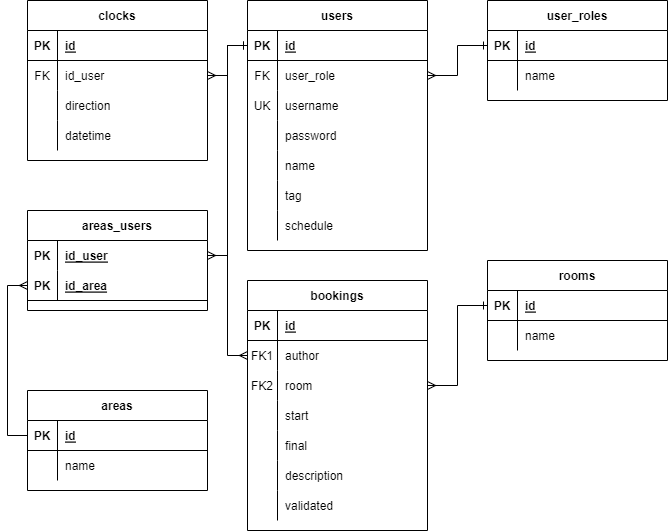
This is models/setr.drawio.png from slepper117/setr13backend, a draw.io export, as it was before one commit. Source tidied: cells renumbered, new cells last; positions are measured from the earlier drawing's top-left corner, leaving out a move shared by most shapes.
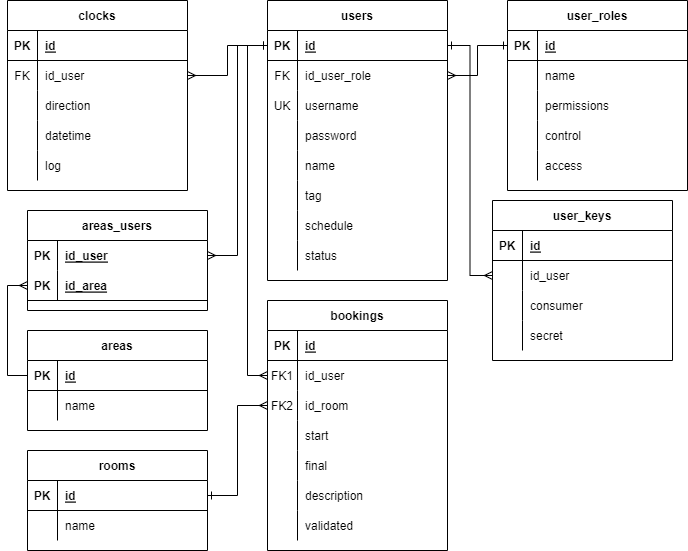
The same diagram one commit later.

The edit, as a diff of the source:
```diff
@@ -3,7 +3,7 @@
     <mxCell id="0" />
     <mxCell id="1" parent="0" />
     <mxCell id="2" value="users" style="shape=table;startSize=30;rowLines=0;fontStyle=1;align=center;" parent="1" vertex="1">
-      <mxGeometry x="220" width="180" height="250" as="geometry" />
+      <mxGeometry x="220" y="-20" width="180" height="280" as="geometry" />
     </mxCell>
     <mxCell id="3" style="shape=tableRow;horizontal=0;startSize=0;swimlaneHead=0;swimlaneBody=0;fillColor=none;points=[[0,0.5],[1,0.5]];portConstraint=eastwest;top=0;left=0;right=0;bottom=1;" parent="2" vertex="1">
       <mxGeometry y="30" width="180" height="30" as="geometry" />
@@ -20,7 +20,7 @@
     <mxCell id="7" value="FK" style="shape=partialRectangle;fillColor=none;top=0;left=0;bottom=0;right=0;overflow=hidden;" parent="6" vertex="1">
       <mxGeometry width="30" height="30" as="geometry" />
     </mxCell>
-    <mxCell id="8" value="user_role" style="shape=partialRectangle;fillColor=none;top=0;left=0;bottom=0;right=0;align=left;spacingLeft=6;overflow=hidden;" parent="6" vertex="1">
+    <mxCell id="8" value="id_user_role" style="shape=partialRectangle;fillColor=none;top=0;left=0;bottom=0;right=0;align=left;spacingLeft=6;overflow=hidden;" parent="6" vertex="1">
       <mxGeometry x="30" width="150" height="30" as="geometry" />
     </mxCell>
     <mxCell id="9" style="shape=tableRow;horizontal=0;startSize=0;swimlaneHead=0;swimlaneBody=0;fillColor=none;top=0;left=0;right=0;bottom=0;" parent="2" vertex="1">
@@ -68,8 +68,17 @@
     <mxCell id="23" value="schedule" style="shape=partialRectangle;fillColor=none;top=0;left=0;bottom=0;right=0;align=left;spacingLeft=6;overflow=hidden;" parent="21" vertex="1">
       <mxGeometry x="30" width="150" height="30" as="geometry" />
     </mxCell>
+    <mxCell id="93" style="shape=tableRow;horizontal=0;startSize=0;swimlaneHead=0;swimlaneBody=0;fillColor=none;top=0;left=0;right=0;bottom=0;" parent="2" vertex="1">
+      <mxGeometry y="240" width="180" height="30" as="geometry" />
+    </mxCell>
+    <mxCell id="94" style="shape=partialRectangle;fillColor=none;top=0;left=0;bottom=0;right=0;overflow=hidden;" parent="93" vertex="1">
+      <mxGeometry width="30" height="30" as="geometry" />
+    </mxCell>
+    <mxCell id="95" value="status" style="shape=partialRectangle;fillColor=none;top=0;left=0;bottom=0;right=0;align=left;spacingLeft=6;overflow=hidden;" parent="93" vertex="1">
+      <mxGeometry x="30" width="150" height="30" as="geometry" />
+    </mxCell>
     <mxCell id="24" value="user_roles" style="shape=table;startSize=30;rowLines=0;fontStyle=1;align=center;" parent="1" vertex="1">
-      <mxGeometry x="460" width="180" height="100" as="geometry" />
+      <mxGeometry x="460" y="-20" width="180" height="190" as="geometry" />
     </mxCell>
     <mxCell id="25" style="shape=tableRow;horizontal=0;startSize=0;swimlaneHead=0;swimlaneBody=0;fillColor=none;points=[[0,0.5],[1,0.5]];portConstraint=eastwest;top=0;left=0;right=0;bottom=1;" parent="24" vertex="1">
       <mxGeometry y="30" width="180" height="30" as="geometry" />
@@ -89,6 +98,33 @@
     <mxCell id="30" value="name" style="shape=partialRectangle;fillColor=none;top=0;left=0;bottom=0;right=0;align=left;spacingLeft=6;overflow=hidden;" parent="28" vertex="1">
       <mxGeometry x="30" width="150" height="30" as="geometry" />
     </mxCell>
+    <mxCell id="96" style="shape=tableRow;horizontal=0;startSize=0;swimlaneHead=0;swimlaneBody=0;fillColor=none;top=0;left=0;right=0;bottom=0;" parent="24" vertex="1">
+      <mxGeometry y="90" width="180" height="30" as="geometry" />
+    </mxCell>
+    <mxCell id="97" style="shape=partialRectangle;fillColor=none;top=0;left=0;bottom=0;right=0;overflow=hidden;" parent="96" vertex="1">
+      <mxGeometry width="30" height="30" as="geometry" />
+    </mxCell>
+    <mxCell id="98" value="permissions" style="shape=partialRectangle;fillColor=none;top=0;left=0;bottom=0;right=0;align=left;spacingLeft=6;overflow=hidden;" parent="96" vertex="1">
+      <mxGeometry x="30" width="150" height="30" as="geometry" />
+    </mxCell>
+    <mxCell id="99" style="shape=tableRow;horizontal=0;startSize=0;swimlaneHead=0;swimlaneBody=0;fillColor=none;top=0;left=0;right=0;bottom=0;" parent="24" vertex="1">
+      <mxGeometry y="120" width="180" height="30" as="geometry" />
+    </mxCell>
+    <mxCell id="100" style="shape=partialRectangle;fillColor=none;top=0;left=0;bottom=0;right=0;overflow=hidden;" parent="99" vertex="1">
+      <mxGeometry width="30" height="30" as="geometry" />
+    </mxCell>
+    <mxCell id="101" value="control" style="shape=partialRectangle;fillColor=none;top=0;left=0;bottom=0;right=0;align=left;spacingLeft=6;overflow=hidden;" parent="99" vertex="1">
+      <mxGeometry x="30" width="150" height="30" as="geometry" />
+    </mxCell>
+    <mxCell id="102" style="shape=tableRow;horizontal=0;startSize=0;swimlaneHead=0;swimlaneBody=0;fillColor=none;top=0;left=0;right=0;bottom=0;" parent="24" vertex="1">
+      <mxGeometry y="150" width="180" height="30" as="geometry" />
+    </mxCell>
+    <mxCell id="103" style="shape=partialRectangle;fillColor=none;top=0;left=0;bottom=0;right=0;overflow=hidden;" parent="102" vertex="1">
+      <mxGeometry width="30" height="30" as="geometry" />
+    </mxCell>
+    <mxCell id="104" value="access" style="shape=partialRectangle;fillColor=none;top=0;left=0;bottom=0;right=0;align=left;spacingLeft=6;overflow=hidden;" parent="102" vertex="1">
+      <mxGeometry x="30" width="150" height="30" as="geometry" />
+    </mxCell>
     <mxCell id="31" style="edgeStyle=orthogonalEdgeStyle;rounded=0;jettySize=auto;html=1;exitX=0;exitY=0.5;exitDx=0;exitDy=0;entryX=1;entryY=0.5;entryDx=0;entryDy=0;startArrow=ERone;startFill=0;endArrow=ERmany;endFill=0;" parent="1" edge="1" source="25" target="6">
       <mxGeometry relative="1" as="geometry" />
     </mxCell>
@@ -110,7 +146,7 @@
     <mxCell id="37" value="FK1" style="shape=partialRectangle;fillColor=none;top=0;left=0;bottom=0;right=0;overflow=hidden;" parent="36" vertex="1">
       <mxGeometry width="30" height="30" as="geometry" />
     </mxCell>
-    <mxCell id="38" value="author" style="shape=partialRectangle;fillColor=none;top=0;left=0;bottom=0;right=0;align=left;spacingLeft=6;overflow=hidden;" parent="36" vertex="1">
+    <mxCell id="38" value="id_user" style="shape=partialRectangle;fillColor=none;top=0;left=0;bottom=0;right=0;align=left;spacingLeft=6;overflow=hidden;" parent="36" vertex="1">
       <mxGeometry x="30" width="150" height="30" as="geometry" />
     </mxCell>
     <mxCell id="39" style="shape=tableRow;horizontal=0;startSize=0;swimlaneHead=0;swimlaneBody=0;fillColor=none;points=[[0,0.5],[1,0.5]];portConstraint=eastwest;top=0;left=0;right=0;bottom=0;" parent="32" vertex="1">
@@ -119,7 +155,7 @@
     <mxCell id="40" value="FK2" style="shape=partialRectangle;fillColor=none;top=0;left=0;bottom=0;right=0;overflow=hidden;" parent="39" vertex="1">
       <mxGeometry width="30" height="30" as="geometry" />
     </mxCell>
-    <mxCell id="41" value="room" style="shape=partialRectangle;fillColor=none;top=0;left=0;bottom=0;right=0;align=left;spacingLeft=6;overflow=hidden;" parent="39" vertex="1">
+    <mxCell id="41" value="id_room" style="shape=partialRectangle;fillColor=none;top=0;left=0;bottom=0;right=0;align=left;spacingLeft=6;overflow=hidden;" parent="39" vertex="1">
       <mxGeometry x="30" width="150" height="30" as="geometry" />
     </mxCell>
     <mxCell id="42" style="shape=tableRow;horizontal=0;startSize=0;swimlaneHead=0;swimlaneBody=0;fillColor=none;top=0;left=0;right=0;bottom=0;" parent="32" vertex="1">
@@ -159,7 +195,7 @@
       <mxGeometry x="30" width="150" height="30" as="geometry" />
     </mxCell>
     <mxCell id="54" value="clocks" style="shape=table;startSize=30;rowLines=0;fontStyle=1;align=center;" parent="1" vertex="1">
-      <mxGeometry width="180" height="160" as="geometry" />
+      <mxGeometry x="-40" y="-20" width="180" height="190" as="geometry" />
     </mxCell>
     <mxCell id="55" style="shape=tableRow;horizontal=0;startSize=0;swimlaneHead=0;swimlaneBody=0;fillColor=none;top=0;left=0;right=0;bottom=1;" parent="54" vertex="1">
       <mxGeometry y="30" width="180" height="30" as="geometry" />
@@ -197,38 +233,23 @@
     <mxCell id="66" value="datetime" style="shape=partialRectangle;fillColor=none;top=0;left=0;bottom=0;right=0;align=left;spacingLeft=6;overflow=hidden;" parent="64" vertex="1">
       <mxGeometry x="30" width="150" height="30" as="geometry" />
     </mxCell>
-    <mxCell id="67" value="rooms" style="shape=table;startSize=30;rowLines=0;fontStyle=1;align=center;" parent="1" vertex="1">
-      <mxGeometry x="460" y="260" width="180" height="100" as="geometry" />
-    </mxCell>
-    <mxCell id="68" style="shape=tableRow;horizontal=0;startSize=0;swimlaneHead=0;swimlaneBody=0;fillColor=none;points=[[0,0.5],[1,0.5]];portConstraint=eastwest;top=0;left=0;right=0;bottom=1;" parent="67" vertex="1">
-      <mxGeometry y="30" width="180" height="30" as="geometry" />
-    </mxCell>
-    <mxCell id="69" value="PK" style="shape=partialRectangle;fillColor=none;top=0;left=0;bottom=0;right=0;fontStyle=1;overflow=hidden;" parent="68" vertex="1">
-      <mxGeometry width="30" height="30" as="geometry" />
-    </mxCell>
-    <mxCell id="70" value="id" style="shape=partialRectangle;fillColor=none;top=0;left=0;bottom=0;right=0;align=left;spacingLeft=6;fontStyle=5;overflow=hidden;" parent="68" vertex="1">
-      <mxGeometry x="30" width="150" height="30" as="geometry" />
-    </mxCell>
-    <mxCell id="71" style="shape=tableRow;horizontal=0;startSize=0;swimlaneHead=0;swimlaneBody=0;fillColor=none;top=0;left=0;right=0;bottom=0;" parent="67" vertex="1">
-      <mxGeometry y="60" width="180" height="30" as="geometry" />
-    </mxCell>
-    <mxCell id="72" style="shape=partialRectangle;fillColor=none;top=0;left=0;bottom=0;right=0;overflow=hidden;" parent="71" vertex="1">
-      <mxGeometry width="30" height="30" as="geometry" />
-    </mxCell>
-    <mxCell id="73" value="name" style="shape=partialRectangle;fillColor=none;top=0;left=0;bottom=0;right=0;align=left;spacingLeft=6;overflow=hidden;" parent="71" vertex="1">
-      <mxGeometry x="30" width="150" height="30" as="geometry" />
-    </mxCell>
+    <mxCell id="105" style="shape=tableRow;horizontal=0;startSize=0;swimlaneHead=0;swimlaneBody=0;fillColor=none;top=0;left=0;right=0;bottom=0;" parent="54" vertex="1">
+      <mxGeometry y="150" width="180" height="30" as="geometry" />
+    </mxCell>
+    <mxCell id="106" style="shape=partialRectangle;fillColor=none;top=0;left=0;bottom=0;right=0;overflow=hidden;" parent="105" vertex="1">
+      <mxGeometry width="30" height="30" as="geometry" />
+    </mxCell>
+    <mxCell id="107" value="log" style="shape=partialRectangle;fillColor=none;top=0;left=0;bottom=0;right=0;align=left;spacingLeft=6;overflow=hidden;" parent="105" vertex="1">
+      <mxGeometry x="30" width="150" height="30" as="geometry" />
+    </mxCell>
     <mxCell id="74" style="edgeStyle=orthogonalEdgeStyle;rounded=0;jettySize=auto;html=1;entryX=1;entryY=0.5;entryDx=0;entryDy=0;startArrow=ERone;startFill=0;endArrow=ERmany;endFill=0;" parent="1" edge="1" source="3" target="58">
       <mxGeometry relative="1" as="geometry" />
     </mxCell>
-    <mxCell id="75" style="edgeStyle=orthogonalEdgeStyle;rounded=0;jettySize=auto;html=1;entryX=1;entryY=0.5;entryDx=0;entryDy=0;startArrow=ERone;startFill=0;endArrow=ERmany;endFill=0;" parent="1" edge="1" source="68" target="39">
-      <mxGeometry relative="1" as="geometry" />
-    </mxCell>
     <mxCell id="76" style="edgeStyle=orthogonalEdgeStyle;rounded=0;jettySize=auto;html=1;entryX=0;entryY=0.5;entryDx=0;entryDy=0;startArrow=ERone;startFill=0;endArrow=ERmany;endFill=0;" parent="1" edge="1" source="3" target="36">
       <mxGeometry relative="1" as="geometry" />
     </mxCell>
     <mxCell id="77" value="areas" style="shape=table;startSize=30;rowLines=0;fontStyle=1;align=center;" parent="1" vertex="1">
-      <mxGeometry y="390" width="180" height="100" as="geometry" />
+      <mxGeometry x="-20" y="310" width="180" height="100" as="geometry" />
     </mxCell>
     <mxCell id="78" style="shape=tableRow;horizontal=0;startSize=0;swimlaneHead=0;swimlaneBody=0;fillColor=none;points=[[0,0.5],[1,0.5]];portConstraint=eastwest;top=0;left=0;right=0;bottom=1;" parent="77" vertex="1">
       <mxGeometry y="30" width="180" height="30" as="geometry" />
@@ -249,7 +270,7 @@
       <mxGeometry x="30" width="150" height="30" as="geometry" />
     </mxCell>
     <mxCell id="84" value="areas_users" style="shape=table;startSize=30;rowLines=0;fontStyle=1;align=center;" parent="1" vertex="1">
-      <mxGeometry y="210" width="180" height="100" as="geometry" />
+      <mxGeometry x="-20" y="190" width="180" height="100" as="geometry" />
     </mxCell>
     <mxCell id="85" style="shape=tableRow;horizontal=0;startSize=0;swimlaneHead=0;swimlaneBody=0;fillColor=none;points=[[0,0.5],[1,0.5]];portConstraint=eastwest;top=0;left=0;right=0;bottom=1;strokeColor=none;" parent="84" vertex="1">
       <mxGeometry y="30" width="180" height="30" as="geometry" />
@@ -275,5 +296,71 @@
     <mxCell id="92" style="edgeStyle=orthogonalEdgeStyle;rounded=0;jettySize=auto;html=1;entryX=1;entryY=0.5;entryDx=0;entryDy=0;endArrow=ERmany;endFill=0;" parent="1" edge="1" source="3" target="85">
       <mxGeometry relative="1" as="geometry" />
     </mxCell>
+    <mxCell id="108" value="user_keys" style="shape=table;startSize=30;rowLines=0;fontStyle=1;align=center;" parent="1" vertex="1">
+      <mxGeometry x="445" y="180" width="180" height="160" as="geometry" />
+    </mxCell>
+    <mxCell id="109" style="shape=tableRow;horizontal=0;startSize=0;swimlaneHead=0;swimlaneBody=0;fillColor=none;top=0;left=0;right=0;bottom=1;" parent="108" vertex="1">
+      <mxGeometry y="30" width="180" height="30" as="geometry" />
+    </mxCell>
+    <mxCell id="110" value="PK" style="shape=partialRectangle;fillColor=none;top=0;left=0;bottom=0;right=0;fontStyle=1;overflow=hidden;" parent="109" vertex="1">
+      <mxGeometry width="30" height="30" as="geometry" />
+    </mxCell>
+    <mxCell id="111" value="id" style="shape=partialRectangle;fillColor=none;top=0;left=0;bottom=0;right=0;align=left;spacingLeft=6;fontStyle=5;overflow=hidden;" parent="109" vertex="1">
+      <mxGeometry x="30" width="150" height="30" as="geometry" />
+    </mxCell>
+    <mxCell id="112" style="shape=tableRow;horizontal=0;startSize=0;swimlaneHead=0;swimlaneBody=0;fillColor=none;points=[[0,0.5],[1,0.5]];portConstraint=eastwest;top=0;left=0;right=0;bottom=0;" parent="108" vertex="1">
+      <mxGeometry y="60" width="180" height="30" as="geometry" />
+    </mxCell>
+    <mxCell id="113" style="shape=partialRectangle;fillColor=none;top=0;left=0;bottom=0;right=0;overflow=hidden;" parent="112" vertex="1">
+      <mxGeometry width="30" height="30" as="geometry" />
+    </mxCell>
+    <mxCell id="114" value="id_user" style="shape=partialRectangle;fillColor=none;top=0;left=0;bottom=0;right=0;align=left;spacingLeft=6;overflow=hidden;" parent="112" vertex="1">
+      <mxGeometry x="30" width="150" height="30" as="geometry" />
+    </mxCell>
+    <mxCell id="115" style="shape=tableRow;horizontal=0;startSize=0;swimlaneHead=0;swimlaneBody=0;fillColor=none;top=0;left=0;right=0;bottom=0;" parent="108" vertex="1">
+      <mxGeometry y="90" width="180" height="30" as="geometry" />
+    </mxCell>
+    <mxCell id="116" style="shape=partialRectangle;fillColor=none;top=0;left=0;bottom=0;right=0;overflow=hidden;" parent="115" vertex="1">
+      <mxGeometry width="30" height="30" as="geometry" />
+    </mxCell>
+    <mxCell id="117" value="consumer" style="shape=partialRectangle;fillColor=none;top=0;left=0;bottom=0;right=0;align=left;spacingLeft=6;overflow=hidden;" parent="115" vertex="1">
+      <mxGeometry x="30" width="150" height="30" as="geometry" />
+    </mxCell>
+    <mxCell id="118" style="shape=tableRow;horizontal=0;startSize=0;swimlaneHead=0;swimlaneBody=0;fillColor=none;top=0;left=0;right=0;bottom=0;" parent="108" vertex="1">
+      <mxGeometry y="120" width="180" height="30" as="geometry" />
+    </mxCell>
+    <mxCell id="119" style="shape=partialRectangle;fillColor=none;top=0;left=0;bottom=0;right=0;overflow=hidden;" parent="118" vertex="1">
+      <mxGeometry width="30" height="30" as="geometry" />
+    </mxCell>
+    <mxCell id="120" value="secret" style="shape=partialRectangle;fillColor=none;top=0;left=0;bottom=0;right=0;align=left;spacingLeft=6;overflow=hidden;" parent="118" vertex="1">
+      <mxGeometry x="30" width="150" height="30" as="geometry" />
+    </mxCell>
+    <mxCell id="121" style="edgeStyle=orthogonalEdgeStyle;rounded=0;jettySize=auto;html=1;entryX=0;entryY=0.5;entryDx=0;entryDy=0;endArrow=ERmany;endFill=0;startArrow=ERone;startFill=0;" parent="1" edge="1" source="3" target="112">
+      <mxGeometry relative="1" as="geometry" />
+    </mxCell>
+    <mxCell id="67" value="rooms" style="shape=table;startSize=30;rowLines=0;fontStyle=1;align=center;" parent="1" vertex="1">
+      <mxGeometry x="-20" y="430" width="180" height="100" as="geometry" />
+    </mxCell>
+    <mxCell id="122" style="shape=tableRow;horizontal=0;startSize=0;swimlaneHead=0;swimlaneBody=0;fillColor=none;points=[[0,0.5],[1,0.5]];portConstraint=eastwest;top=0;left=0;right=0;bottom=1;" parent="67" vertex="1">
+      <mxGeometry y="30" width="180" height="30" as="geometry" />
+    </mxCell>
+    <mxCell id="123" value="PK" style="shape=partialRectangle;fillColor=none;top=0;left=0;bottom=0;right=0;fontStyle=1;overflow=hidden;" parent="122" vertex="1">
+      <mxGeometry width="30" height="30" as="geometry" />
+    </mxCell>
+    <mxCell id="124" value="id" style="shape=partialRectangle;fillColor=none;top=0;left=0;bottom=0;right=0;align=left;spacingLeft=6;fontStyle=5;overflow=hidden;" parent="122" vertex="1">
+      <mxGeometry x="30" width="150" height="30" as="geometry" />
+    </mxCell>
+    <mxCell id="125" style="shape=tableRow;horizontal=0;startSize=0;swimlaneHead=0;swimlaneBody=0;fillColor=none;top=0;left=0;right=0;bottom=0;" parent="67" vertex="1">
+      <mxGeometry y="60" width="180" height="30" as="geometry" />
+    </mxCell>
+    <mxCell id="126" style="shape=partialRectangle;fillColor=none;top=0;left=0;bottom=0;right=0;overflow=hidden;" parent="125" vertex="1">
+      <mxGeometry width="30" height="30" as="geometry" />
+    </mxCell>
+    <mxCell id="73" value="name" style="shape=partialRectangle;fillColor=none;top=0;left=0;bottom=0;right=0;align=left;spacingLeft=6;overflow=hidden;" parent="125" vertex="1">
+      <mxGeometry x="30" width="150" height="30" as="geometry" />
+    </mxCell>
+    <mxCell id="127" style="edgeStyle=orthogonalEdgeStyle;rounded=0;jettySize=auto;html=1;startArrow=ERone;startFill=0;endArrow=ERmany;endFill=0;" parent="1" edge="1" source="122" target="39">
+      <mxGeometry relative="1" as="geometry" />
+    </mxCell>
   </root>
 </mxGraphModel>
```
